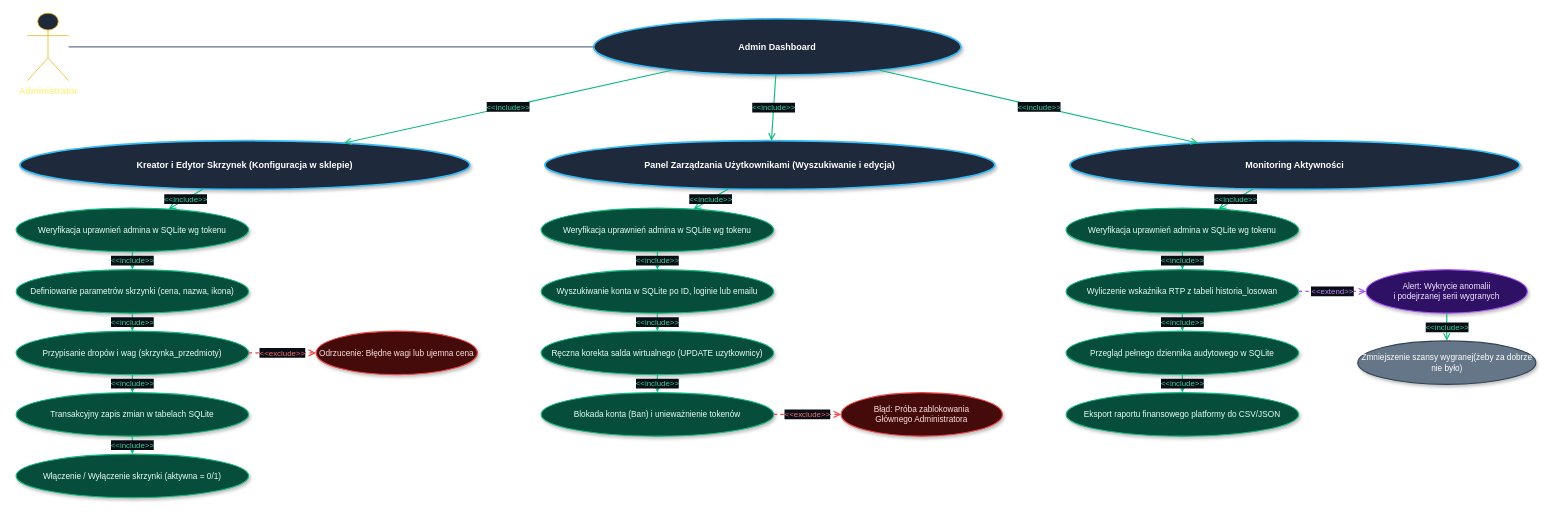
Earlier version of the draw.io diagram page "3. Panel Administratora" (3 of 3) of MOCNYDROP_PROJEKT.drawio (KubeKoslaw/MOCNYDROP). Source tidied: cells renumbered, new cells numbered last; positions are measured from the earlier drawing's top-left corner, leaving out a move shared by most shapes. Both pictures are drawn from the tidied source at 75%, with x=0, y=0 at pixel (16, 13).
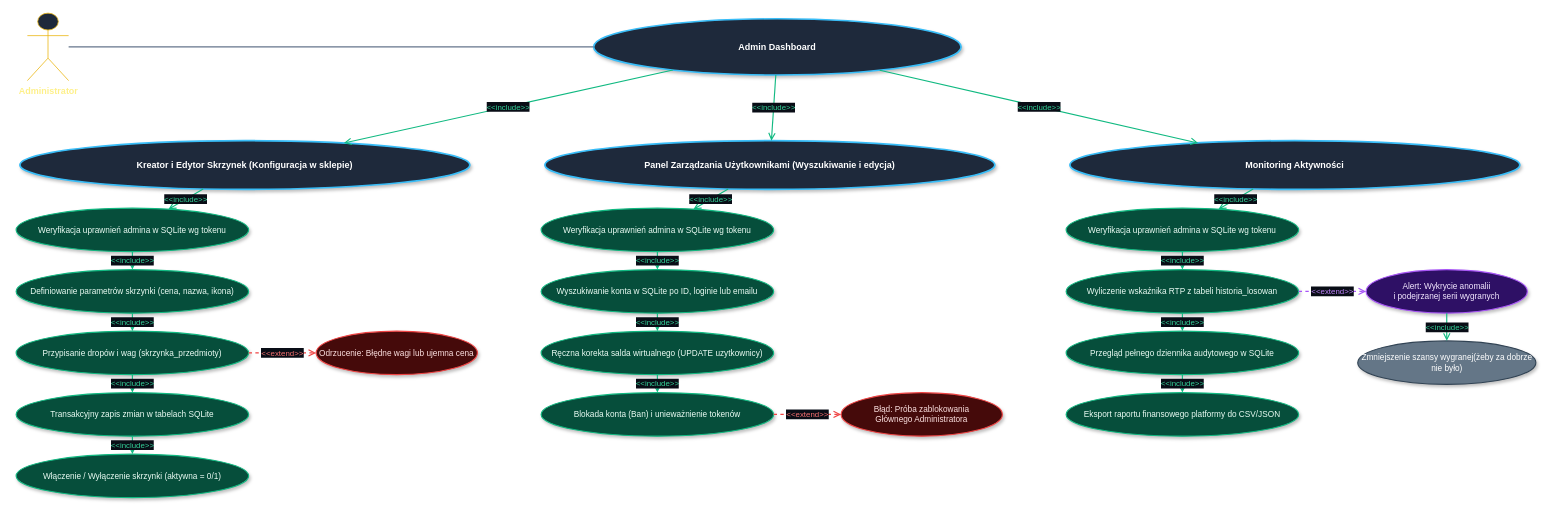
Above is the later version.

The change refers to these unchanged cells:
```xml
<mxCell id="11" value="Przypisanie dropów i wag (skrzynka_przedmioty)" style="ellipse;whiteSpace=wrap;html=1;fillColor=#064e3b;strokeColor=#10b981;strokeWidth=1.5;fontColor=#ecfdf5;fontSize=11;fontStyle=0;shadow=1;" parent="1" vertex="1">
  <mxGeometry y="424" width="310" height="58" as="geometry" />
</mxCell>
<mxCell id="13" value="Odrzucenie: Błędne wagi lub ujemna cena" style="ellipse;whiteSpace=wrap;html=1;fillColor=#450a0a;strokeColor=#ef4444;strokeWidth=1.5;fontColor=#fee2e2;fontSize=11;fontStyle=0;strokeDashed=1;shadow=1;" parent="1" vertex="1">
  <mxGeometry x="400" y="424" width="215" height="58" as="geometry" />
</mxCell>
<mxCell id="27" value="Blokada konta (Ban) i unieważnienie tokenów" style="ellipse;whiteSpace=wrap;html=1;fillColor=#064e3b;strokeColor=#10b981;strokeWidth=1.5;fontColor=#ecfdf5;fontSize=11;fontStyle=0;shadow=1;" parent="1" vertex="1">
  <mxGeometry x="700" y="506" width="310" height="58" as="geometry" />
</mxCell>
<mxCell id="29" value="Błąd: Próba zablokowania&lt;br&gt;Głównego Administratora" style="ellipse;whiteSpace=wrap;html=1;fillColor=#450a0a;strokeColor=#ef4444;strokeWidth=1.5;fontColor=#fee2e2;fontSize=11;fontStyle=0;strokeDashed=1;shadow=1;" parent="1" vertex="1">
  <mxGeometry x="1100" y="506" width="215" height="58" as="geometry" />
</mxCell>
```

The edit, as a diff of the source:
```diff
@@
-    <mxCell id="14" value="&amp;lt;&amp;lt;exclude&amp;gt;&amp;gt;" style="endArrow=open;dashed=1;endSize=7;html=1;strokeColor=#ef4444;fontColor=#f87171;strokeWidth=1.5;fontSize=10.5;labelBackgroundColor=#090d16;" parent="1" edge="1" source="11" target="13">
+    <mxCell id="14" value="&amp;lt;&amp;lt;extend&amp;gt;&amp;gt;" style="endArrow=open;dashed=1;endSize=7;html=1;strokeColor=#ef4444;fontColor=#f87171;strokeWidth=1.5;fontSize=10.5;labelBackgroundColor=#090d16;" parent="1" edge="1" source="11" target="13">
       <mxGeometry relative="1" as="geometry" />
     </mxCell>
@@
-    <mxCell id="30" value="&amp;lt;&amp;lt;exclude&amp;gt;&amp;gt;" style="endArrow=open;dashed=1;endSize=7;html=1;strokeColor=#ef4444;fontColor=#f87171;strokeWidth=1.5;fontSize=10.5;labelBackgroundColor=#090d16;" parent="1" edge="1" source="27" target="29">
+    <mxCell id="30" value="&amp;lt;&amp;lt;extend&amp;gt;&amp;gt;" style="endArrow=open;dashed=1;endSize=7;html=1;strokeColor=#ef4444;fontColor=#f87171;strokeWidth=1.5;fontSize=10.5;labelBackgroundColor=#090d16;" parent="1" edge="1" source="27" target="29">
       <mxGeometry relative="1" as="geometry" />
     </mxCell>
```
